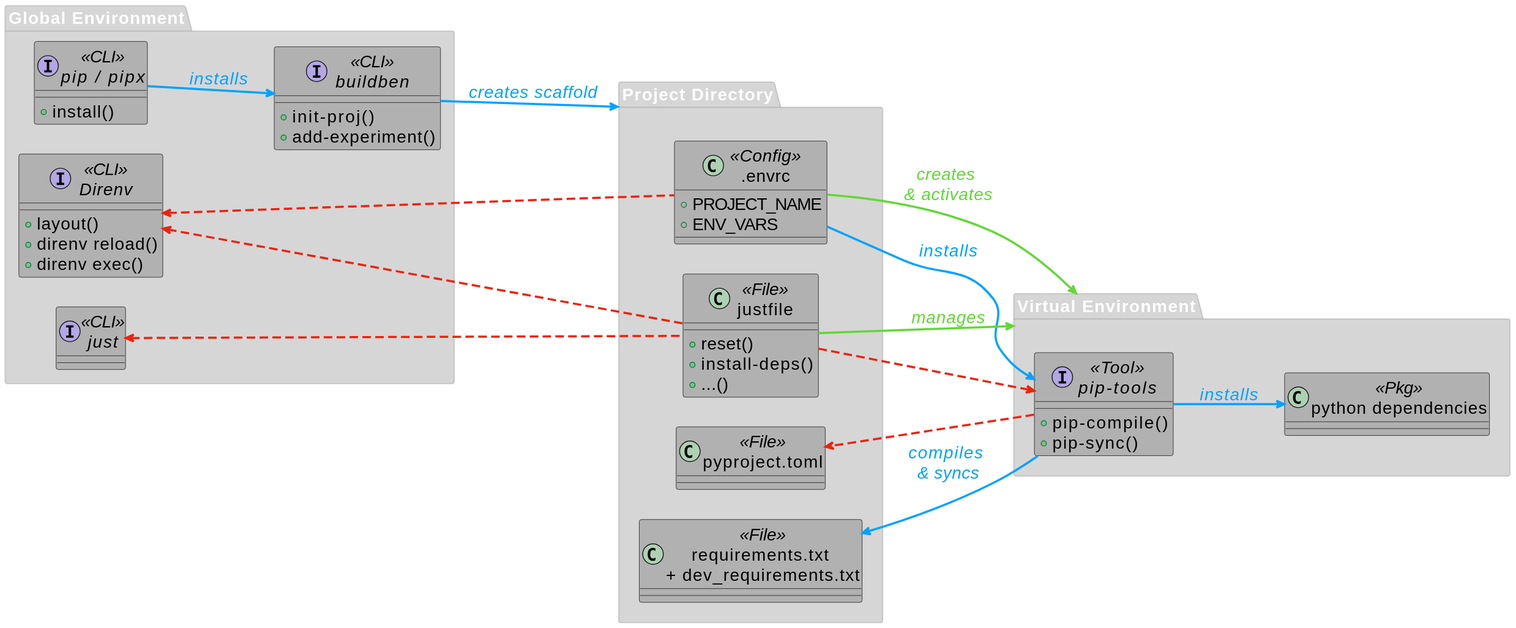
Above: assets/diagram/diagram.svg in HisQu/buildben (PlantUML), before the change.
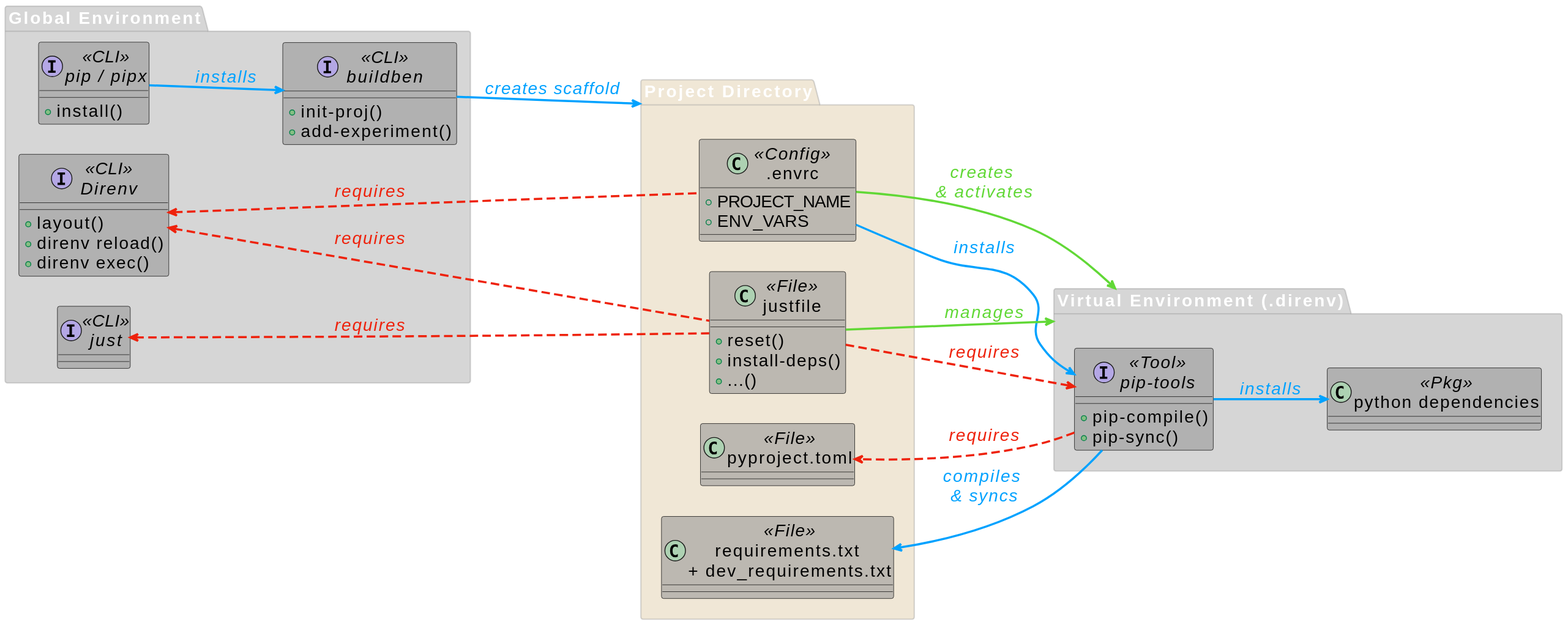
The same diagram one commit later.

What changed in the source:
```diff
@@ -21,7 +21,7 @@
 
     interface "buildben"      as B   <<CLI>>{
         +init-proj()
-        +init-experiment()
+        +add-experiment()
     }
     interface "pip / pipx"    as PIP <<CLI>>{
         +install()
@@ -36,7 +36,7 @@
 
 }
 
-package "Project Directory" as PDIR {
+package "Project Directory" as PDIR #d9c49966 {
 
     class "pyproject.toml"                          as PPRT <<File>>
 
@@ -54,7 +54,7 @@
     class "requirements.txt \n+ dev_requirements.txt" as RE   <<File>>
 }
 
-package "Virtual Environment" as VENV {
+package "Virtual Environment (.direnv)" as VENV  {
     interface "pip-tools"               as PT  <<Tool>>{
         +pip-compile()
         +pip-sync()
@@ -107,11 +107,11 @@
 </style>
 
 
-D   <-- ERC
-J   <-- JF
-D   <-- JF
+D   <-- ERC  : requires
+J   <-- JF  : requires
+D   <-- JF  : requires
 
-JF  --> PT
-PT --> PPRT
+JF  --> PT   : requires
+PT --> PPRT : requires
 
 @enduml
```
